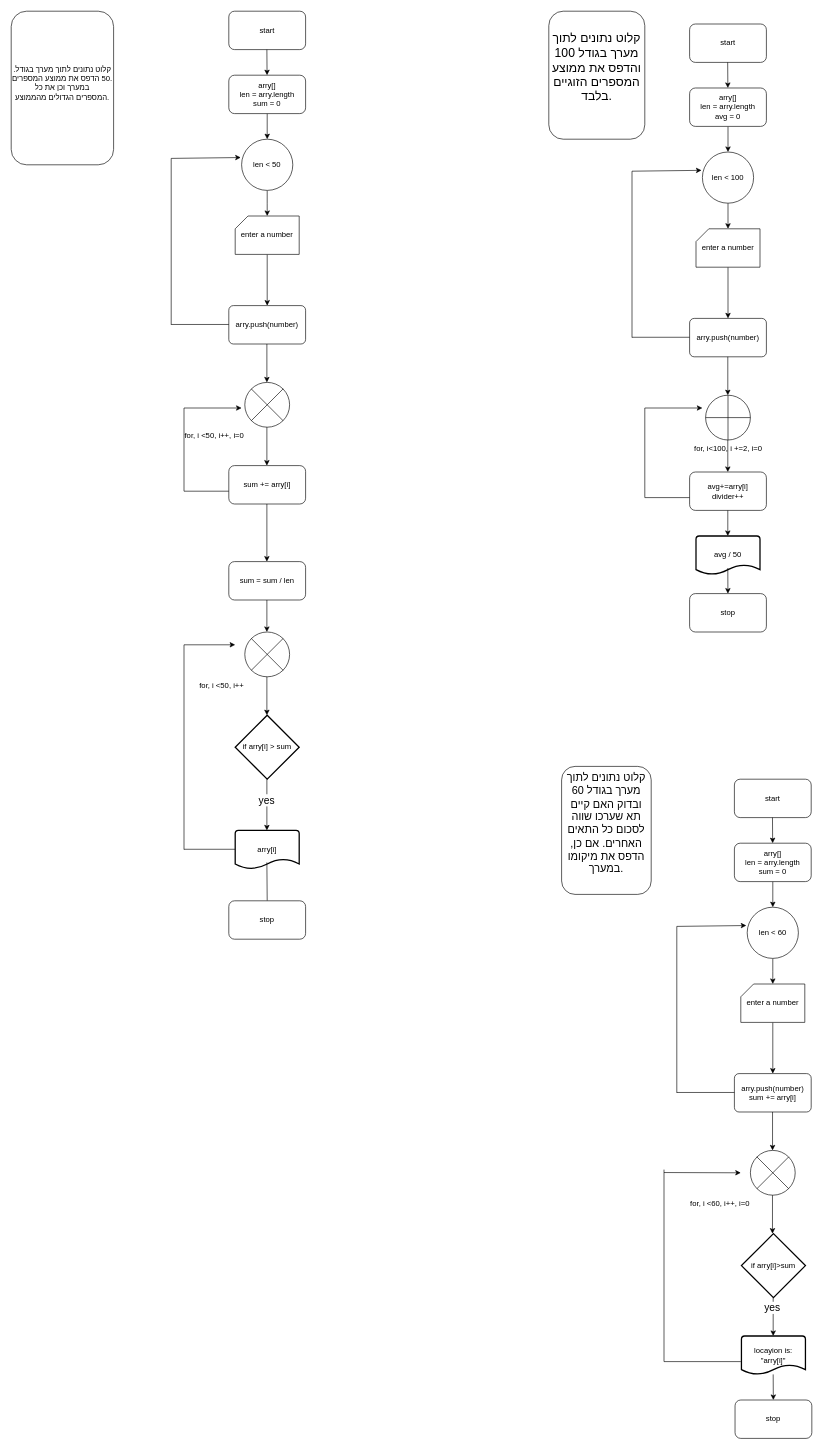
YanirH/DAVIDandMOSHE keeps this draw.io diagram as Homeworks.drawio. Above is the earlier version. Source tidied: cells renumbered, new cells numbered last; positions are measured from the earlier drawing's top-left corner, leaving out a move shared by most shapes. Both pictures are drawn from the tidied source at 64%, with x=0, y=0 at pixel (11, 11).
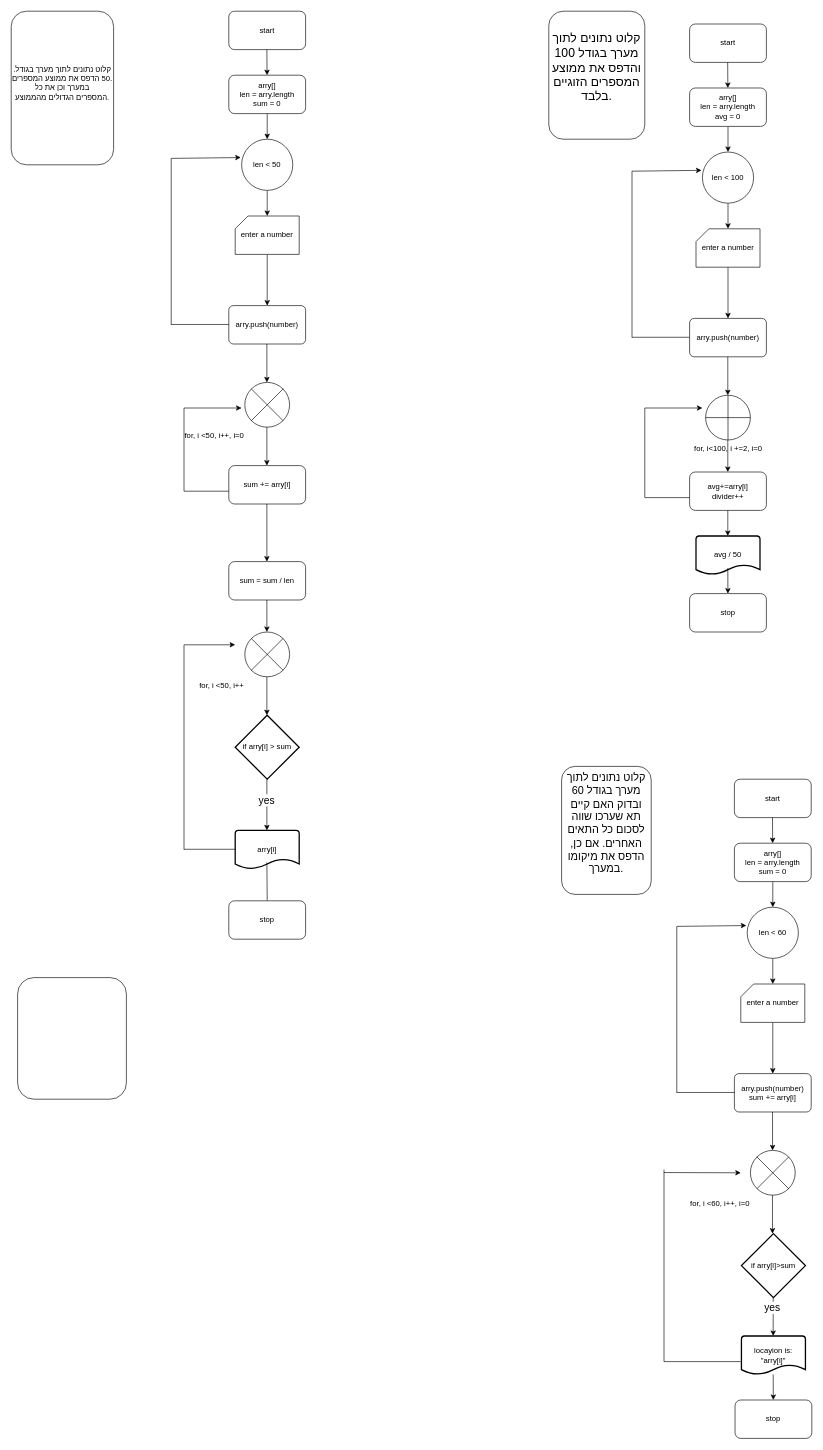
The same page after the edit.

What changed in the source:
```diff
@@
+    <mxCell id="85" style="rounded=1;whiteSpace=wrap;html=1;" parent="1" vertex="1">
+      <mxGeometry x="10" y="1510" width="170" height="190" as="geometry" />
+    </mxCell>
```
